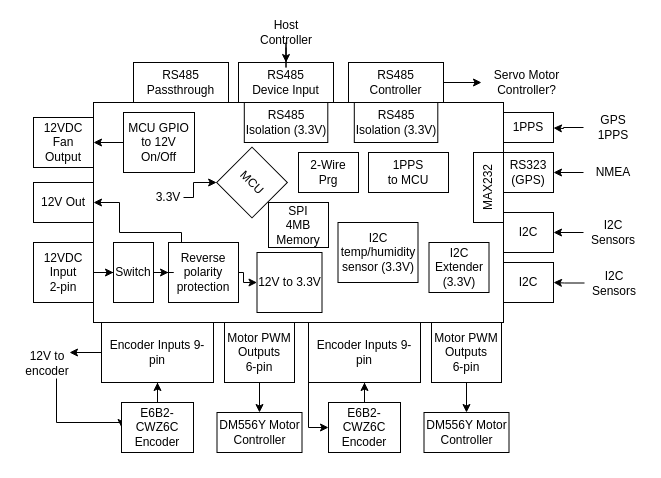
jrseti/pcbs keeps this draw.io diagram as jrdish_axis_controller/docs/board_diagram.drawio. Above is the earlier version. Source tidied: cells renumbered, new cells numbered last; positions are measured from the earlier drawing's top-left corner, leaving out a move shared by most shapes. Both pictures are drawn from the tidied source at 100%, with x=0, y=0 at pixel (17, 17).
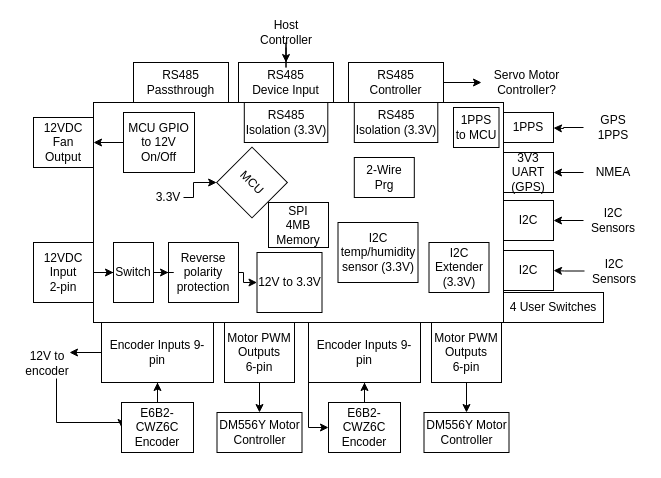
Above is the later version.

Unchanged cells that the change refers to:
```xml
<mxCell id="35" value="Reverse polarity protection" style="rounded=0;whiteSpace=wrap;html=1;" parent="1" vertex="1">
  <mxGeometry x="151" y="225" width="70" height="60" as="geometry" />
</mxCell>
```

The edit, as a diff of the source:
```diff
@@
     <mxCell id="10" value="I2C" style="rounded=0;whiteSpace=wrap;html=1;" parent="1" vertex="1">
-      <mxGeometry x="486" y="195" width="50" height="40" as="geometry" />
+      <mxGeometry x="486" y="183" width="50" height="40" as="geometry" />
     </mxCell>
     <mxCell id="11" value="2-Wire&lt;div&gt;Prg&lt;/div&gt;" style="rounded=0;whiteSpace=wrap;html=1;" parent="1" vertex="1">
-      <mxGeometry x="281" y="135" width="60" height="40" as="geometry" />
+      <mxGeometry x="336.8" y="140" width="60" height="40" as="geometry" />
     </mxCell>
@@
-    <mxCell id="16" value="12V Out" style="rounded=0;whiteSpace=wrap;html=1;" parent="1" vertex="1">
-      <mxGeometry x="16" y="165" width="60" height="40" as="geometry" />
-    </mxCell>
     <mxCell id="17" value="I2C" style="rounded=0;whiteSpace=wrap;html=1;" parent="1" vertex="1">
-      <mxGeometry x="486" y="245" width="50" height="40" as="geometry" />
+      <mxGeometry x="486" y="233" width="50" height="40" as="geometry" />
     </mxCell>
@@
     <mxCell id="28" value="I2C&lt;div&gt;Sensors&lt;/div&gt;" style="text;html=1;whiteSpace=wrap;strokeColor=none;fillColor=none;align=center;verticalAlign=middle;rounded=0;" parent="1" vertex="1">
-      <mxGeometry x="566" y="200" width="60" height="30" as="geometry" />
+      <mxGeometry x="566" y="188" width="60" height="30" as="geometry" />
     </mxCell>
@@
     <mxCell id="30" value="I2C&lt;div&gt;Sensors&lt;/div&gt;" style="text;html=1;whiteSpace=wrap;strokeColor=none;fillColor=none;align=center;verticalAlign=middle;rounded=0;" parent="1" vertex="1">
-      <mxGeometry x="567" y="250.5" width="60" height="30" as="geometry" />
+      <mxGeometry x="567" y="238.5" width="60" height="30" as="geometry" />
     </mxCell>
@@
-    <mxCell id="33" style="edgeStyle=orthogonalEdgeStyle;rounded=0;jettySize=auto;html=1;entryX=1;entryY=0.5;entryDx=0;entryDy=0;" parent="1" edge="1" source="35" target="16">
-      <mxGeometry relative="1" as="geometry">
-        <Array as="points">
-          <mxPoint x="164" y="215" />
-          <mxPoint x="102" y="215" />
-          <mxPoint x="102" y="185" />
-        </Array>
-      </mxGeometry>
-    </mxCell>
@@
-    <mxCell id="42" value="RS323&lt;div&gt;(GPS)&lt;/div&gt;" style="rounded=0;whiteSpace=wrap;html=1;" parent="1" vertex="1">
+    <mxCell id="42" value="3V3 UART&lt;div&gt;(GPS)&lt;/div&gt;" style="rounded=0;whiteSpace=wrap;html=1;" parent="1" vertex="1">
       <mxGeometry x="486" y="135" width="50" height="40" as="geometry" />
     </mxCell>
@@
-    <mxCell id="44" value="MAX232" style="rounded=0;whiteSpace=wrap;html=1;rotation=-90;" parent="1" vertex="1">
-      <mxGeometry x="436" y="155" width="70" height="30" as="geometry" />
-    </mxCell>
     <mxCell id="45" value="1PPS&lt;div&gt;to MCU&lt;/div&gt;" style="rounded=0;whiteSpace=wrap;html=1;" parent="1" vertex="1">
-      <mxGeometry x="351" y="135" width="80" height="40" as="geometry" />
+      <mxGeometry x="436" y="90" width="45.5" height="40" as="geometry" />
     </mxCell>
@@
+    <mxCell id="62" value="4 User Switches" style="rounded=0;whiteSpace=wrap;html=1;" parent="1" vertex="1">
+      <mxGeometry x="486" y="275" width="100" height="30" as="geometry" />
+    </mxCell>
```
